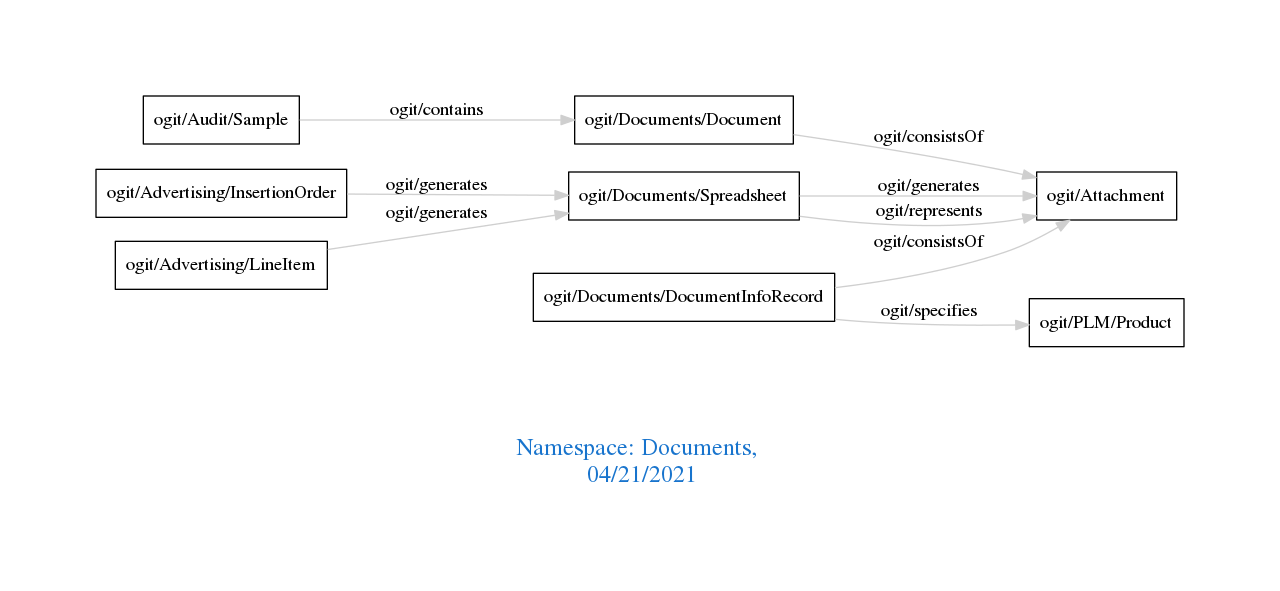
The Graphviz diagram downloads/Documents.png in arago/OGIT, before a commit. Its source is kept beside it as downloads/Documents.dot.
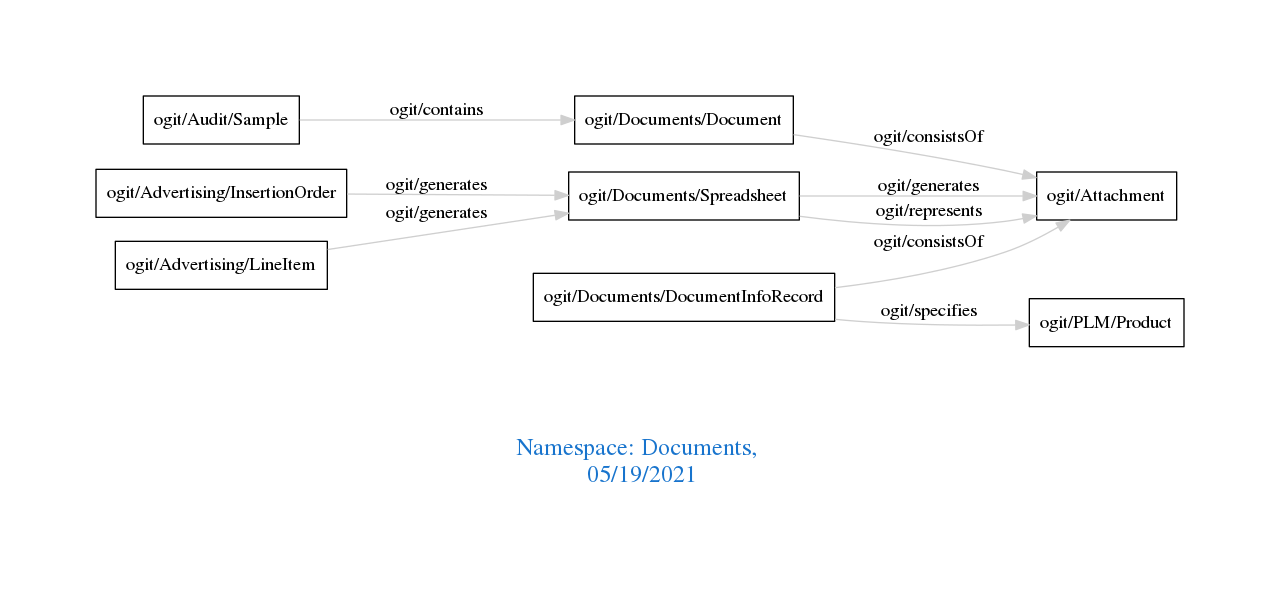
The same file after the commit.

Change to the diagram source:
```diff
@@ -1,7 +1,7 @@
 digraph OGIT_ontology {
  graph [ rankdir= LR,pad=1
 fontsize = 18,
-fontcolor= dodgerblue3,label = "\n\n\nNamespace: Documents, \n 04/21/2021"];
+fontcolor= dodgerblue3,label = "\n\n\nNamespace: Documents, \n 05/19/2021"];
 node[shape=polygon];
 edge [  color="gray81"];
 
```
